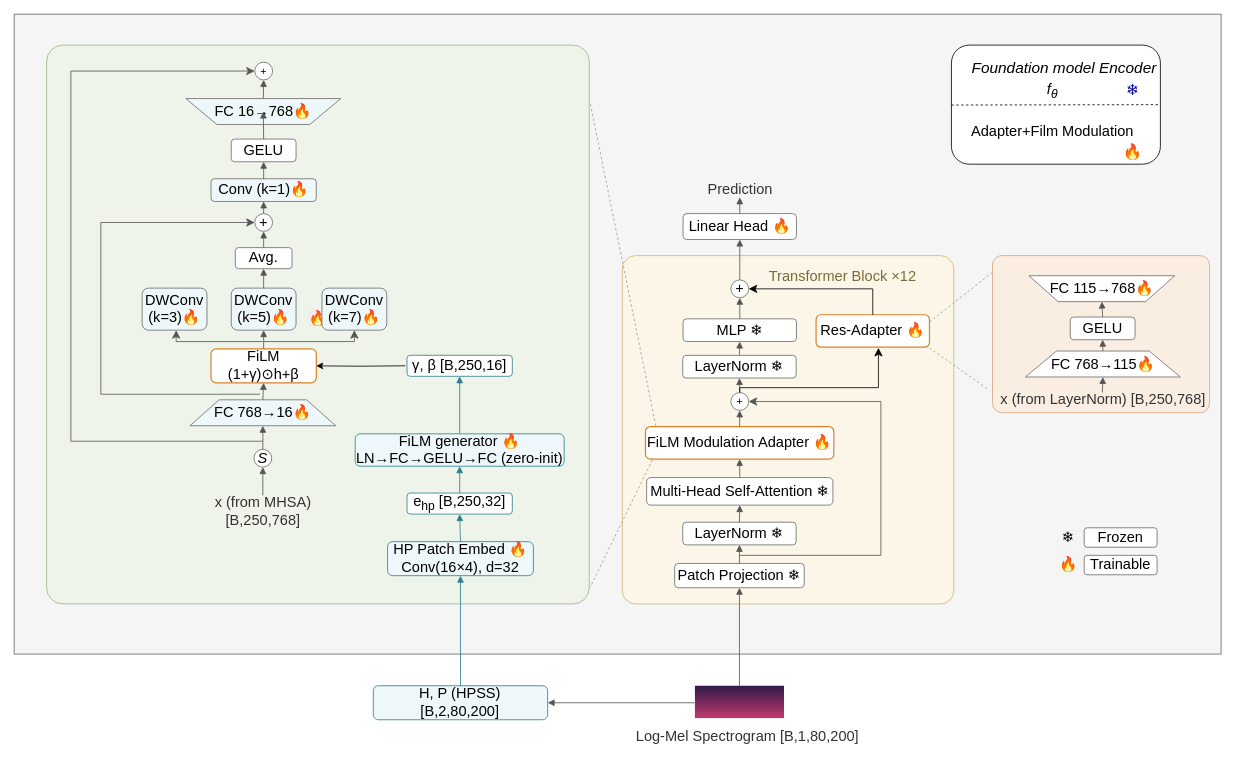
This is cancer_special.drawio from lhwjsj/Diagram, a draw.io file, before an edit. Source tidied: cells renumbered, new cells numbered last; positions are measured from the earlier drawing's top-left corner, leaving out a move shared by most shapes. Both pictures are drawn from the tidied source at 81%, with x=0, y=0 at pixel (14, 14).
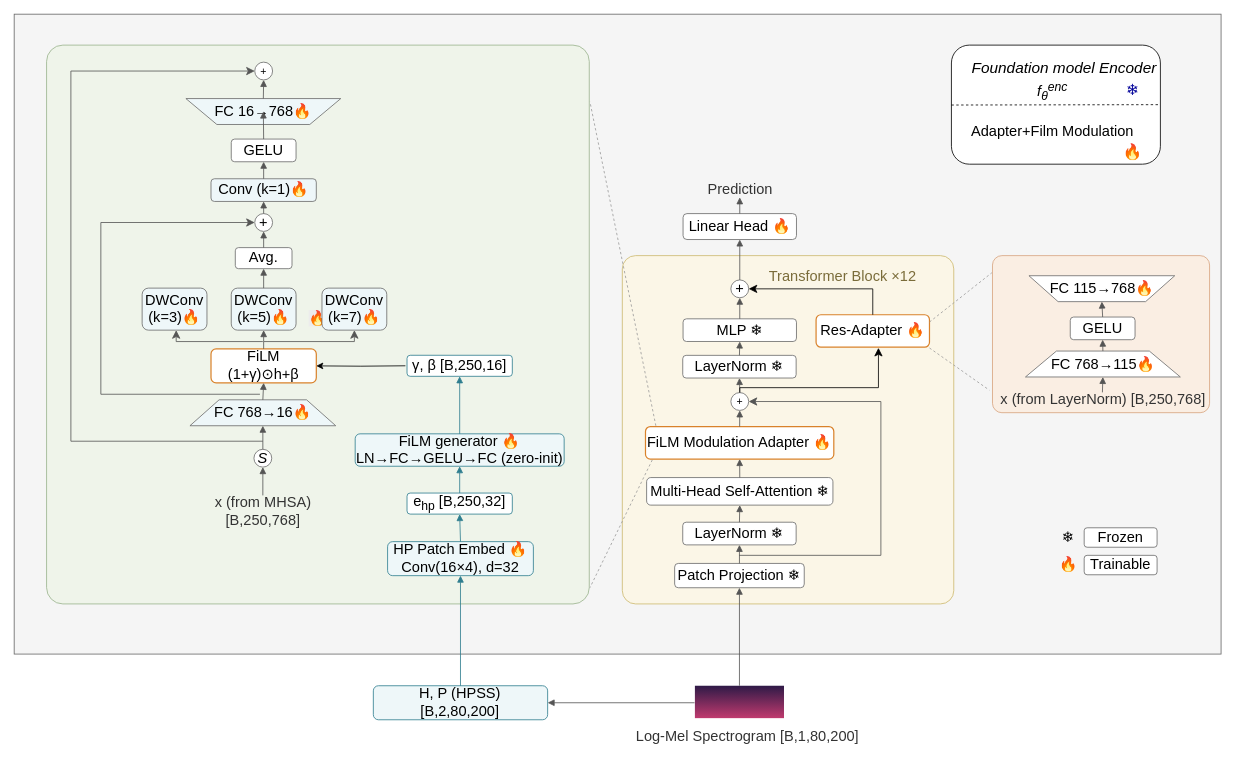
After the change.

Change to the diagram source:
```diff
@@
-    <mxCell id="5" value="&lt;i&gt;&lt;font style=&quot;font-size: 18px;&quot;&gt;f&lt;sub&gt;θ&lt;/sub&gt;&lt;/font&gt;&lt;/i&gt;" style="text;html=1;whiteSpace=wrap;strokeColor=none;fillColor=none;align=center;verticalAlign=middle;rounded=0;" parent="1" vertex="1">
+    <mxCell id="5" value="&lt;i&gt;&lt;font style=&quot;font-size: 18px;&quot;&gt;f&lt;sub&gt;θ&lt;/sub&gt;&lt;sup&gt;enc&lt;/sup&gt;&lt;/font&gt;&lt;/i&gt;" style="text;html=1;whiteSpace=wrap;strokeColor=none;fillColor=none;align=center;verticalAlign=middle;rounded=0;" parent="1" vertex="1">
       <mxGeometry x="1252.1" y="79.7" width="60" height="30" as="geometry" />
     </mxCell>
```
